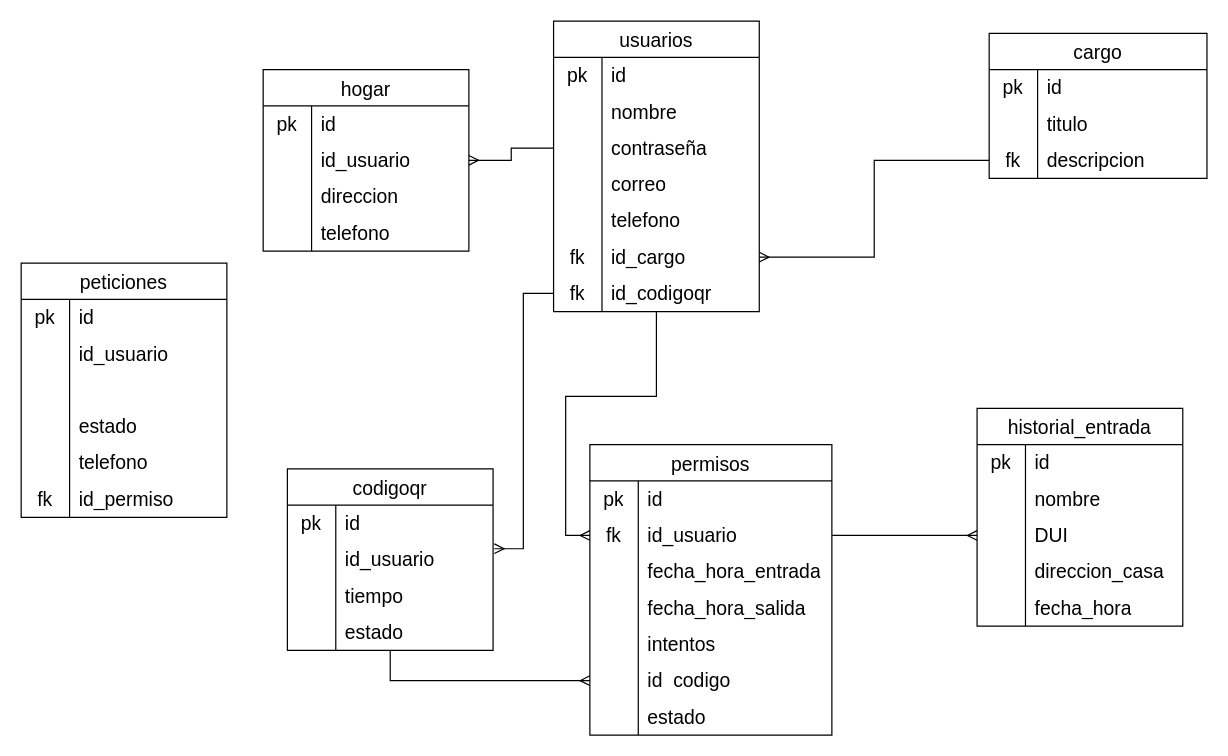
00005118/seguridad_sv keeps this draw.io diagram as Base de datos/Ncapas_base.drawio. Above is the earlier version. Source tidied: cells renumbered, new cells numbered last; positions are measured from the earlier drawing's top-left corner, leaving out a move shared by most shapes. Both pictures are drawn from the tidied source at 121%, with x=0, y=0 at pixel (21, 21).
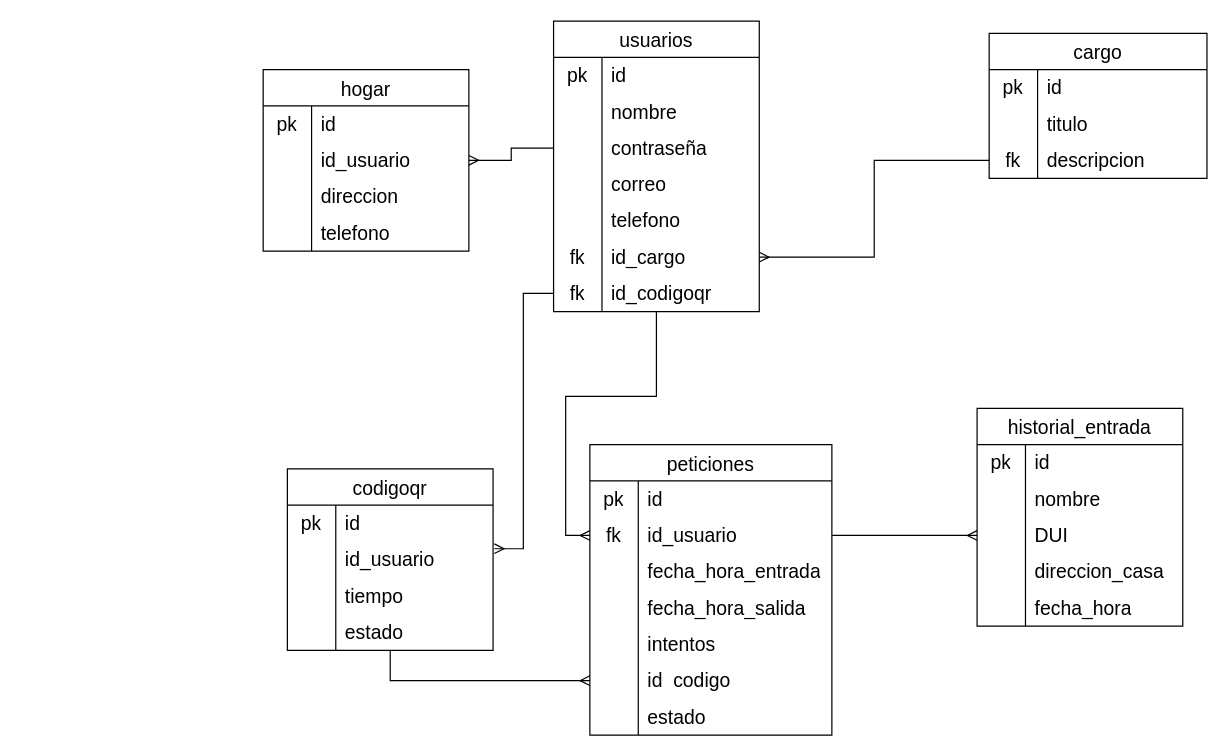
Above is the later version.

Commit message (it also covers changes not shown here):
:memo:se agrego casos de uso, y se modifico la base de datos

Diff of the diagram source:
```diff
@@
-    <mxCell id="36" value="permisos" style="shape=table;startSize=30;childLayout=tableLayout;rowLines=0;fontStyle=0;strokeColor=default;fontSize=16;" parent="1" vertex="1">
+    <mxCell id="36" value="peticiones" style="shape=table;startSize=30;childLayout=tableLayout;rowLines=0;fontStyle=0;strokeColor=default;fontSize=16;" parent="1" vertex="1">
       <mxGeometry x="470" y="350" width="200" height="240" as="geometry" />
     </mxCell>
@@
-    <mxCell id="74" value="peticiones" style="shape=table;startSize=30;childLayout=tableLayout;rowLines=0;fontStyle=0;strokeColor=default;fontSize=16;" parent="1" vertex="1">
-      <mxGeometry y="200" width="170" height="210" as="geometry" />
-    </mxCell>
-    <mxCell id="75" style="shape=tableRow;horizontal=0;startSize=0;swimlaneHead=0;swimlaneBody=0;top=0;left=0;bottom=0;right=0;fillColor=none;strokeColor=inherit;fontSize=16;" parent="74" vertex="1">
-      <mxGeometry y="30" width="170" height="30" as="geometry" />
-    </mxCell>
-    <mxCell id="76" value="pk" style="shape=partialRectangle;html=1;whiteSpace=wrap;fillColor=none;top=0;left=0;bottom=0;right=0;overflow=hidden;strokeColor=inherit;fontSize=16;" parent="75" vertex="1">
-      <mxGeometry width="40" height="30" as="geometry" />
-    </mxCell>
-    <mxCell id="77" value="id" style="shape=partialRectangle;html=1;whiteSpace=wrap;fillColor=none;top=0;left=0;bottom=0;right=0;align=left;spacingLeft=6;overflow=hidden;strokeColor=inherit;fontSize=16;" parent="75" vertex="1">
-      <mxGeometry x="40" width="130" height="30" as="geometry" />
-    </mxCell>
-    <mxCell id="78" style="shape=tableRow;horizontal=0;startSize=0;swimlaneHead=0;swimlaneBody=0;top=0;left=0;bottom=0;right=0;fillColor=none;strokeColor=inherit;fontSize=16;" parent="74" vertex="1">
-      <mxGeometry y="60" width="170" height="30" as="geometry" />
-    </mxCell>
-    <mxCell id="79" style="shape=partialRectangle;html=1;whiteSpace=wrap;fillColor=none;top=0;left=0;bottom=0;right=0;overflow=hidden;strokeColor=inherit;fontSize=16;" parent="78" vertex="1">
-      <mxGeometry width="40" height="30" as="geometry" />
-    </mxCell>
-    <mxCell id="80" value="id_usuario" style="shape=partialRectangle;html=1;whiteSpace=wrap;fillColor=none;top=0;left=0;bottom=0;right=0;align=left;spacingLeft=6;overflow=hidden;strokeColor=inherit;fontSize=16;" parent="78" vertex="1">
-      <mxGeometry x="40" width="130" height="30" as="geometry" />
-    </mxCell>
-    <mxCell id="81" style="shape=tableRow;horizontal=0;startSize=0;swimlaneHead=0;swimlaneBody=0;top=0;left=0;bottom=0;right=0;fillColor=none;strokeColor=inherit;fontSize=16;" parent="74" vertex="1">
-      <mxGeometry y="90" width="170" height="30" as="geometry" />
-    </mxCell>
-    <mxCell id="82" style="shape=partialRectangle;html=1;whiteSpace=wrap;fillColor=none;top=0;left=0;bottom=0;right=0;overflow=hidden;strokeColor=inherit;fontSize=16;" parent="81" vertex="1">
-      <mxGeometry width="40" height="30" as="geometry" />
-    </mxCell>
-    <mxCell id="83" style="shape=partialRectangle;html=1;whiteSpace=wrap;fillColor=none;top=0;left=0;bottom=0;right=0;align=left;spacingLeft=6;overflow=hidden;strokeColor=inherit;fontSize=16;" parent="81" vertex="1">
-      <mxGeometry x="40" width="130" height="30" as="geometry" />
-    </mxCell>
-    <mxCell id="84" style="shape=tableRow;horizontal=0;startSize=0;swimlaneHead=0;swimlaneBody=0;top=0;left=0;bottom=0;right=0;fillColor=none;strokeColor=inherit;fontSize=16;" parent="74" vertex="1">
-      <mxGeometry y="120" width="170" height="30" as="geometry" />
-    </mxCell>
-    <mxCell id="85" style="shape=partialRectangle;html=1;whiteSpace=wrap;fillColor=none;top=0;left=0;bottom=0;right=0;overflow=hidden;strokeColor=inherit;fontSize=16;" parent="84" vertex="1">
-      <mxGeometry width="40" height="30" as="geometry" />
-    </mxCell>
-    <mxCell id="86" value="estado" style="shape=partialRectangle;html=1;whiteSpace=wrap;fillColor=none;top=0;left=0;bottom=0;right=0;align=left;spacingLeft=6;overflow=hidden;strokeColor=inherit;fontSize=16;" parent="84" vertex="1">
-      <mxGeometry x="40" width="130" height="30" as="geometry" />
-    </mxCell>
-    <mxCell id="87" style="shape=tableRow;horizontal=0;startSize=0;swimlaneHead=0;swimlaneBody=0;top=0;left=0;bottom=0;right=0;fillColor=none;strokeColor=inherit;fontSize=16;" parent="74" vertex="1">
-      <mxGeometry y="150" width="170" height="30" as="geometry" />
-    </mxCell>
-    <mxCell id="88" style="shape=partialRectangle;html=1;whiteSpace=wrap;fillColor=none;top=0;left=0;bottom=0;right=0;overflow=hidden;strokeColor=inherit;fontSize=16;" parent="87" vertex="1">
-      <mxGeometry width="40" height="30" as="geometry" />
-    </mxCell>
-    <mxCell id="89" value="telefono" style="shape=partialRectangle;html=1;whiteSpace=wrap;fillColor=none;top=0;left=0;bottom=0;right=0;align=left;spacingLeft=6;overflow=hidden;strokeColor=inherit;fontSize=16;" parent="87" vertex="1">
-      <mxGeometry x="40" width="130" height="30" as="geometry" />
-    </mxCell>
-    <mxCell id="90" style="shape=tableRow;horizontal=0;startSize=0;swimlaneHead=0;swimlaneBody=0;top=0;left=0;bottom=0;right=0;fillColor=none;strokeColor=inherit;fontSize=16;" parent="74" vertex="1">
-      <mxGeometry y="180" width="170" height="30" as="geometry" />
-    </mxCell>
-    <mxCell id="91" value="fk" style="shape=partialRectangle;html=1;whiteSpace=wrap;fillColor=none;top=0;left=0;bottom=0;right=0;overflow=hidden;strokeColor=inherit;fontSize=16;" parent="90" vertex="1">
-      <mxGeometry width="40" height="30" as="geometry" />
-    </mxCell>
-    <mxCell id="92" value="id_permiso" style="shape=partialRectangle;html=1;whiteSpace=wrap;fillColor=none;top=0;left=0;bottom=0;right=0;align=left;spacingLeft=6;overflow=hidden;strokeColor=inherit;fontSize=16;" parent="90" vertex="1">
-      <mxGeometry x="40" width="130" height="30" as="geometry" />
-    </mxCell>
```
